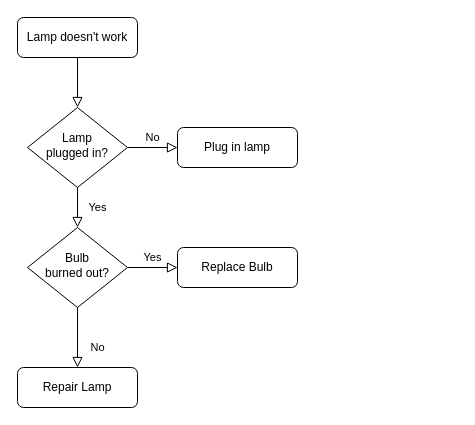
H24HX3-2d-Programmerings-spil/Flow keeps this draw.io diagram as Untitled Diagram.drawio. Above is the earlier version. Source tidied: cells renumbered, new cells numbered last; positions are measured from the earlier drawing's top-left corner, leaving out a move shared by most shapes. Both pictures are drawn from the tidied source at 100%, with x=0, y=0 at pixel (17, 17).
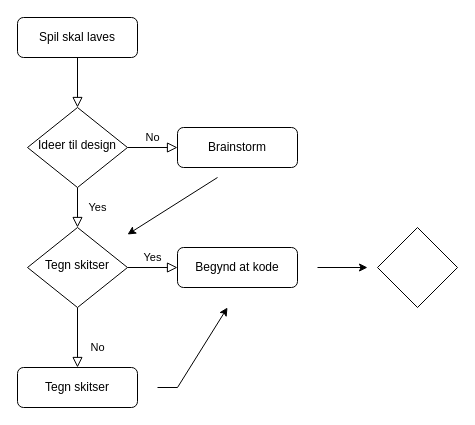
Above is the later version.

Diff of the diagram source:
```diff
@@
-    <mxCell id="3" value="Lamp doesn't work" style="rounded=1;whiteSpace=wrap;html=1;fontSize=12;glass=0;strokeWidth=1;shadow=0;" parent="1" vertex="1">
+    <mxCell id="3" value="Spil skal laves" style="rounded=1;whiteSpace=wrap;html=1;fontSize=12;glass=0;strokeWidth=1;shadow=0;" parent="1" vertex="1">
       <mxGeometry width="120" height="40" as="geometry" />
     </mxCell>
@@
-    <mxCell id="6" value="Lamp&lt;br&gt;plugged in?" style="rhombus;whiteSpace=wrap;html=1;shadow=0;fontFamily=Helvetica;fontSize=12;align=center;strokeWidth=1;spacing=6;spacingTop=-4;" parent="1" vertex="1">
+    <mxCell id="6" value="Ideer til design" style="rhombus;whiteSpace=wrap;html=1;shadow=0;fontFamily=Helvetica;fontSize=12;align=center;strokeWidth=1;spacing=6;spacingTop=-4;" parent="1" vertex="1">
       <mxGeometry x="10" y="90" width="100" height="80" as="geometry" />
     </mxCell>
-    <mxCell id="7" value="Plug in lamp" style="rounded=1;whiteSpace=wrap;html=1;fontSize=12;glass=0;strokeWidth=1;shadow=0;" parent="1" vertex="1">
+    <mxCell id="7" value="Brainstorm" style="rounded=1;whiteSpace=wrap;html=1;fontSize=12;glass=0;strokeWidth=1;shadow=0;" parent="1" vertex="1">
       <mxGeometry x="160" y="110" width="120" height="40" as="geometry" />
     </mxCell>
@@
-    <mxCell id="10" value="Bulb&lt;br&gt;burned out?" style="rhombus;whiteSpace=wrap;html=1;shadow=0;fontFamily=Helvetica;fontSize=12;align=center;strokeWidth=1;spacing=6;spacingTop=-4;" parent="1" vertex="1">
+    <mxCell id="10" value="Tegn skitser" style="rhombus;whiteSpace=wrap;html=1;shadow=0;fontFamily=Helvetica;fontSize=12;align=center;strokeWidth=1;spacing=6;spacingTop=-4;" parent="1" vertex="1">
       <mxGeometry x="10" y="210" width="100" height="80" as="geometry" />
     </mxCell>
-    <mxCell id="11" value="Repair Lamp" style="rounded=1;whiteSpace=wrap;html=1;fontSize=12;glass=0;strokeWidth=1;shadow=0;" parent="1" vertex="1">
+    <mxCell id="11" value="Tegn skitser" style="rounded=1;whiteSpace=wrap;html=1;fontSize=12;glass=0;strokeWidth=1;shadow=0;" parent="1" vertex="1">
       <mxGeometry y="350" width="120" height="40" as="geometry" />
     </mxCell>
-    <mxCell id="12" value="Replace Bulb" style="rounded=1;whiteSpace=wrap;html=1;fontSize=12;glass=0;strokeWidth=1;shadow=0;" parent="1" vertex="1">
+    <mxCell id="12" value="Begynd at kode" style="rounded=1;whiteSpace=wrap;html=1;fontSize=12;glass=0;strokeWidth=1;shadow=0;" parent="1" vertex="1">
       <mxGeometry x="160" y="230" width="120" height="40" as="geometry" />
     </mxCell>
+    <mxCell id="13" style="endArrow=classic;html=1;rounded=0;" parent="1" edge="1">
+      <mxGeometry relative="1" as="geometry">
+        <mxPoint x="140" y="370" as="sourcePoint" />
+        <mxPoint x="210" y="290" as="targetPoint" />
+        <Array as="points">
+          <mxPoint x="160" y="370" />
+        </Array>
+      </mxGeometry>
+    </mxCell>
+    <mxCell id="14" style="rhombus;whiteSpace=wrap;html=1;" parent="1" vertex="1">
+      <mxGeometry x="360" y="210" width="80" height="80" as="geometry" />
+    </mxCell>
+    <mxCell id="15" style="endArrow=classic;html=1;rounded=0;" parent="1" edge="1">
+      <mxGeometry relative="1" as="geometry">
+        <mxPoint x="300" y="250" as="sourcePoint" />
+        <mxPoint x="350" y="250" as="targetPoint" />
+      </mxGeometry>
+    </mxCell>
+    <mxCell id="16" style="endArrow=classic;html=1;rounded=0;" parent="1" edge="1">
+      <mxGeometry relative="1" as="geometry">
+        <mxPoint x="200" y="160" as="sourcePoint" />
+        <mxPoint x="110" y="217" as="targetPoint" />
+      </mxGeometry>
+    </mxCell>
```
